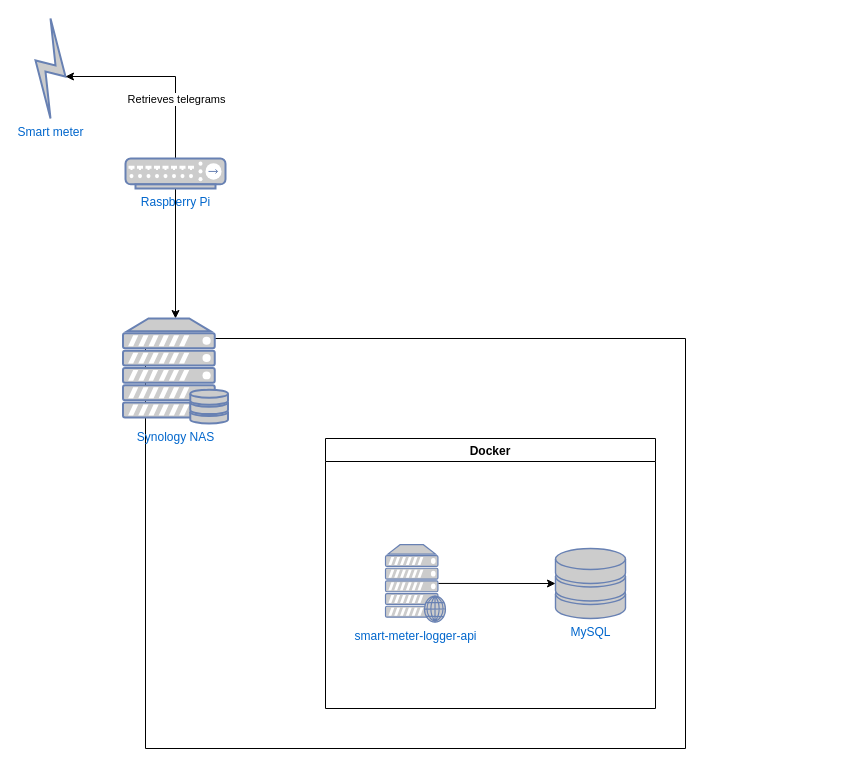
Before: docs/images/v1.drawio in aidanlangelaan/smart-meter-logger-backend, a draw.io diagram. Source tidied: cells renumbered, new cells numbered last; positions are measured from the earlier drawing's top-left corner, leaving out a move shared by most shapes. Both pictures are drawn from the tidied source at 100%, with x=0, y=0 at pixel (35, 18).
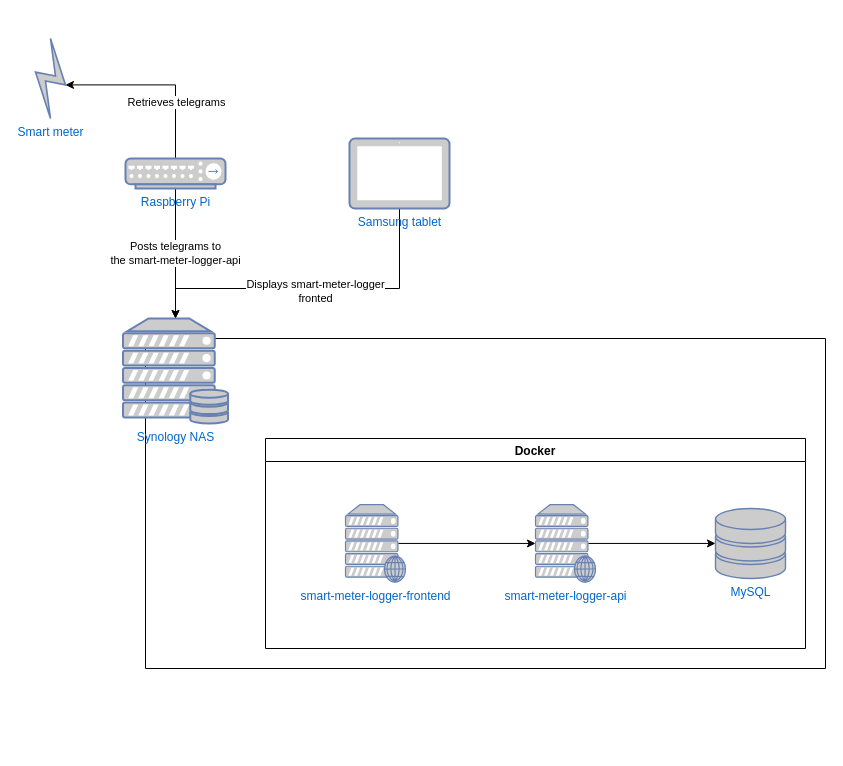
The same diagram, later.

The change refers to these unchanged cells:
```xml
<mxCell id="6" value="Raspberry Pi" style="fontColor=#0066CC;verticalAlign=top;verticalLabelPosition=bottom;labelPosition=center;align=center;html=1;outlineConnect=0;fillColor=#CCCCCC;strokeColor=#6881B3;gradientColor=none;gradientDirection=north;strokeWidth=2;shape=mxgraph.networks.hub;" parent="1" vertex="1">
  <mxGeometry x="90" y="140" width="100" height="30" as="geometry" />
</mxCell>
<mxCell id="12" value="Synology NAS" style="fontColor=#0066CC;verticalAlign=top;verticalLabelPosition=bottom;labelPosition=center;align=center;html=1;outlineConnect=0;fillColor=#CCCCCC;strokeColor=#6881B3;gradientColor=none;gradientDirection=north;strokeWidth=2;shape=mxgraph.networks.server_storage;" parent="1" vertex="1">
  <mxGeometry x="87.5" y="300" width="105" height="105" as="geometry" />
</mxCell>
```

Diff of the diagram source:
```diff
@@
     <mxCell id="2" value="Smart meter" style="fontColor=#0066CC;verticalAlign=top;verticalLabelPosition=bottom;labelPosition=center;align=center;html=1;outlineConnect=0;fillColor=#CCCCCC;strokeColor=#6881B3;gradientColor=none;gradientDirection=north;strokeWidth=2;shape=mxgraph.networks.comm_link;" parent="1" vertex="1">
-      <mxGeometry width="30" height="100" as="geometry" />
+      <mxGeometry y="20" width="30" height="80" as="geometry" />
     </mxCell>
-    <mxCell id="3" style="edgeStyle=orthogonalEdgeStyle;rounded=0;jettySize=auto;html=1;exitX=0.5;exitY=1;exitDx=0;exitDy=0;exitPerimeter=0;" parent="1" edge="1" source="6" target="12">
+    <mxCell id="3" value="Posts telegrams to&lt;br&gt;the smart-meter-logger-api" style="edgeStyle=orthogonalEdgeStyle;rounded=0;jettySize=auto;html=1;exitX=0.5;exitY=1;exitDx=0;exitDy=0;exitPerimeter=0;" parent="1" edge="1" source="6" target="12">
       <mxGeometry relative="1" as="geometry" />
     </mxCell>
@@
     <mxCell id="7" style="swimlane;startSize=0;" parent="1" vertex="1">
-      <mxGeometry x="110" y="320" width="540" height="410" as="geometry" />
+      <mxGeometry x="110" y="320" width="680" height="330" as="geometry" />
     </mxCell>
     <mxCell id="8" value="Docker" style="swimlane;" parent="7" vertex="1">
-      <mxGeometry x="180" y="100" width="330" height="270" as="geometry" />
+      <mxGeometry x="120" y="100" width="540" height="210" as="geometry" />
     </mxCell>
     <mxCell id="9" value="MySQL" style="fontColor=#0066CC;verticalAlign=top;verticalLabelPosition=bottom;labelPosition=center;align=center;html=1;outlineConnect=0;fillColor=#CCCCCC;strokeColor=#6881B3;gradientColor=none;gradientDirection=north;strokeWidth=2;shape=mxgraph.networks.storage;" parent="8" vertex="1">
-      <mxGeometry x="230" y="110" width="70" height="70" as="geometry" />
+      <mxGeometry x="450" y="70" width="70" height="70" as="geometry" />
     </mxCell>
-    <mxCell id="10" style="edgeStyle=orthogonalEdgeStyle;rounded=0;jettySize=auto;html=1;exitX=0.88;exitY=0.5;exitDx=0;exitDy=0;exitPerimeter=0;entryX=0;entryY=0.5;entryDx=0;entryDy=0;entryPerimeter=0;" parent="8" edge="1" source="11" target="9">
+    <mxCell id="10" style="edgeStyle=orthogonalEdgeStyle;rounded=0;jettySize=auto;html=1;exitX=0.88;exitY=0.5;exitDx=0;exitDy=0;exitPerimeter=0;" parent="8" edge="1" source="11" target="9">
       <mxGeometry relative="1" as="geometry" />
     </mxCell>
     <mxCell id="11" value="smart-meter-logger-api" style="fontColor=#0066CC;verticalAlign=top;verticalLabelPosition=bottom;labelPosition=center;align=center;html=1;outlineConnect=0;fillColor=#CCCCCC;strokeColor=#6881B3;gradientColor=none;gradientDirection=north;strokeWidth=2;shape=mxgraph.networks.web_server;" parent="8" vertex="1">
-      <mxGeometry x="60" y="106.2" width="60" height="77.5" as="geometry" />
+      <mxGeometry x="270" y="66.2" width="60" height="77.5" as="geometry" />
     </mxCell>
+    <mxCell id="13" style="edgeStyle=orthogonalEdgeStyle;rounded=0;jettySize=auto;html=1;exitX=0.88;exitY=0.5;exitDx=0;exitDy=0;exitPerimeter=0;entryX=0;entryY=0.5;entryDx=0;entryDy=0;entryPerimeter=0;" parent="8" edge="1" source="14" target="11">
+      <mxGeometry relative="1" as="geometry" />
+    </mxCell>
+    <mxCell id="14" value="smart-meter-logger-frontend" style="fontColor=#0066CC;verticalAlign=top;verticalLabelPosition=bottom;labelPosition=center;align=center;html=1;outlineConnect=0;fillColor=#CCCCCC;strokeColor=#6881B3;gradientColor=none;gradientDirection=north;strokeWidth=2;shape=mxgraph.networks.web_server;" parent="8" vertex="1">
+      <mxGeometry x="80" y="66.2" width="60" height="77.5" as="geometry" />
+    </mxCell>
@@
+    <mxCell id="15" style="edgeStyle=orthogonalEdgeStyle;rounded=0;jettySize=auto;html=1;exitX=0.5;exitY=1;exitDx=0;exitDy=0;exitPerimeter=0;entryX=0.5;entryY=0;entryDx=0;entryDy=0;entryPerimeter=0;" parent="1" edge="1" source="17" target="12">
+      <mxGeometry relative="1" as="geometry">
+        <Array as="points">
+          <mxPoint x="364" y="270" />
+          <mxPoint x="140" y="270" />
+        </Array>
+      </mxGeometry>
+    </mxCell>
+    <mxCell id="16" value="Displays smart-meter-logger &lt;br&gt;fronted" style="edgeLabel;html=1;align=center;verticalAlign=middle;" parent="15" vertex="1">
+      <mxGeometry x="-0.05" y="2" relative="1" as="geometry">
+        <mxPoint x="-6" as="offset" />
+      </mxGeometry>
+    </mxCell>
+    <mxCell id="17" value="Samsung tablet" style="fontColor=#0066CC;verticalAlign=top;verticalLabelPosition=bottom;labelPosition=center;align=center;html=1;outlineConnect=0;fillColor=#CCCCCC;strokeColor=#6881B3;gradientColor=none;gradientDirection=north;strokeWidth=2;shape=mxgraph.networks.tablet;" parent="1" vertex="1">
+      <mxGeometry x="314" y="120" width="100" height="70" as="geometry" />
+    </mxCell>
```
